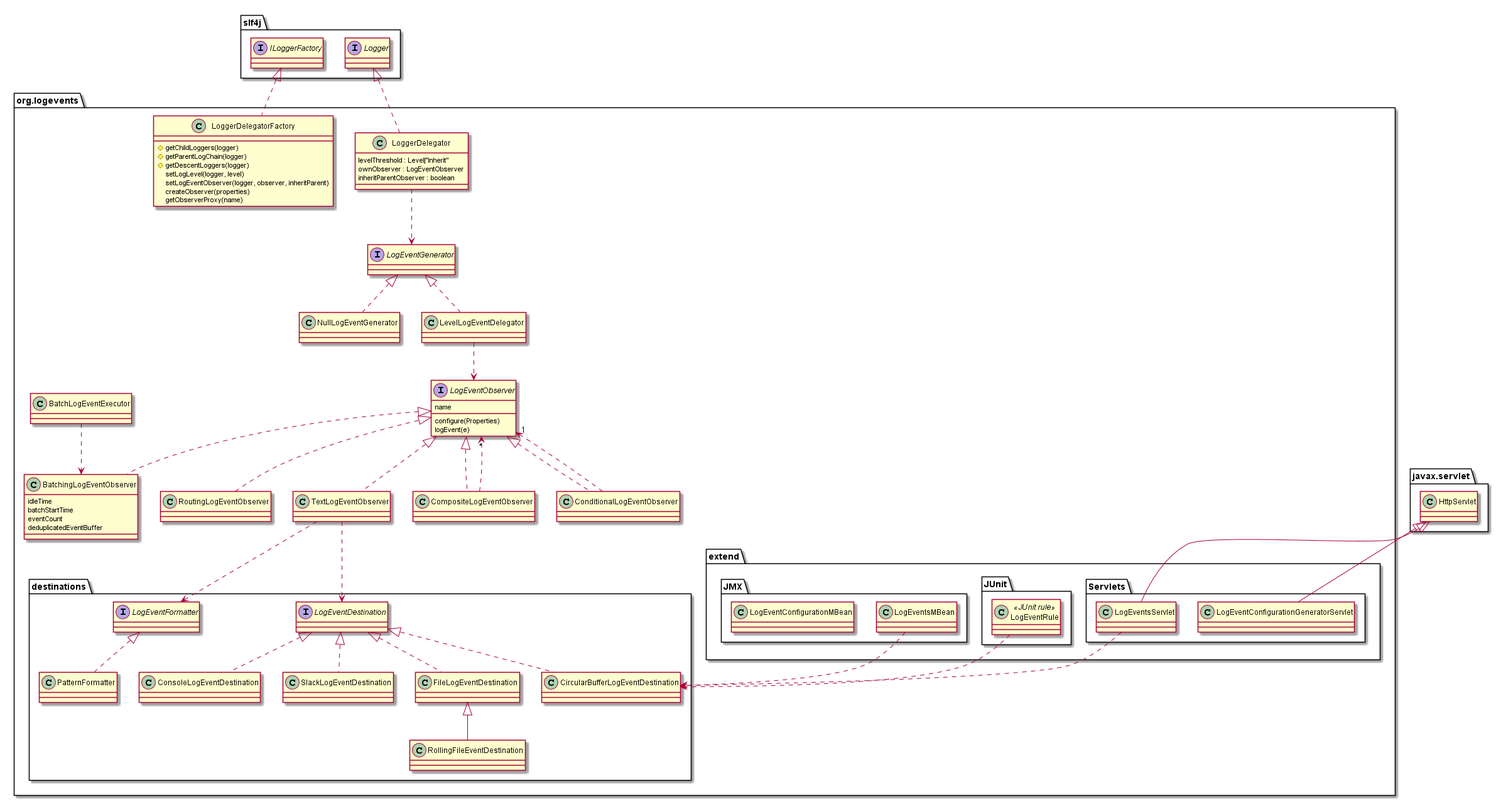
Earlier version of the PlantUML export doc/classes.png (jhannes/logevents). Its diagram source:
```plantuml
@startuml

package "slf4j" {
  interface Logger
  interface ILoggerFactory
}

package "javax.servlet" {
  class HttpServlet
}


package "org.logevents" {

	class LoggerDelegator implements Logger {
	  levelThreshold : Level|"Inherit"
	  ownObserver : LogEventObserver
	  inheritParentObserver : boolean
	}

	class LoggerDelegatorFactory implements ILoggerFactory {
	  #getChildLoggers(logger)
	  #getParentLogChain(logger)
	  #getDescentLoggers(logger)
	  setLogLevel(logger, level)
	  setLogEventObserver(logger, observer, inheritParent)
	  createObserver(properties)
	  getObserverProxy(name)
	}

	interface LogEventGenerator
	LoggerDelegator ..> LogEventGenerator

	class NullLogEventGenerator implements LogEventGenerator
	class LevelLogEventDelegator implements LogEventGenerator

	interface LogEventObserver {
	  name
	  configure(Properties)
	  logEvent(e)
	}
	LevelLogEventDelegator ..> LogEventObserver

	class CompositeLogEventObserver implements LogEventObserver
	class ConditionalLogEventObserver implements LogEventObserver
	class RoutingLogEventObserver implements LogEventObserver
	class BatchingLogEventObserver implements LogEventObserver {
	  idleTime
	  batchStartTime
	  eventCount
	  deduplicatedEventBuffer
	}
	class TextLogEventObserver implements LogEventObserver

	CompositeLogEventObserver ..> "*" LogEventObserver
	ConditionalLogEventObserver ..> "1" LogEventObserver


	package "destinations" {
		interface LogEventFormatter
		TextLogEventObserver ..> LogEventFormatter
		class PatternFormatter implements LogEventFormatter

		interface LogEventDestination
		TextLogEventObserver ..> LogEventDestination

		class ConsoleLogEventDestination implements LogEventDestination
		class FileLogEventDestination implements LogEventDestination
		class RollingFileEventDestination extends FileLogEventDestination
		class CircularBufferLogEventDestination implements LogEventDestination
		class SlackLogEventDestination implements LogEventDestination
	}

	class BatchLogEventExecutor
	BatchLogEventExecutor ..> BatchingLogEventObserver

	package "extend" {
		package "Servlets" {
			class LogEventsServlet extends HttpServlet
			LogEventsServlet ..> CircularBufferLogEventDestination
			class LogEventConfigurationGeneratorServlet extends HttpServlet
		}

		package "JUnit" {
			class LogEventRule <<JUnit rule>>
			LogEventRule ..> CircularBufferLogEventDestination
		}

		package "JMX" {
			class LogEventsMBean
			LogEventsMBean ..> CircularBufferLogEventDestination
			class LogEventConfigurationMBean
		}
	}
}

@enduml
```
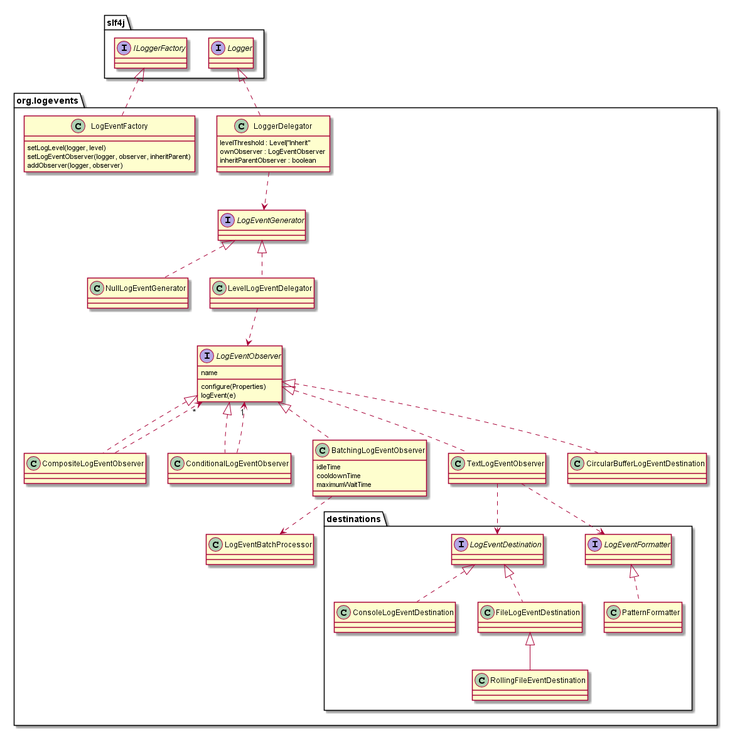
Later version of the same file.

The edit, as a diff of the source:
```diff
@@ -4,11 +4,6 @@
   interface Logger
   interface ILoggerFactory
 }
-
-package "javax.servlet" {
-  class HttpServlet
-}
-
 
 package "org.logevents" {
 
@@ -18,14 +13,10 @@
 	  inheritParentObserver : boolean
 	}
 
-	class LoggerDelegatorFactory implements ILoggerFactory {
-	  #getChildLoggers(logger)
-	  #getParentLogChain(logger)
-	  #getDescentLoggers(logger)
+	class LogEventFactory implements ILoggerFactory {
 	  setLogLevel(logger, level)
 	  setLogEventObserver(logger, observer, inheritParent)
-	  createObserver(properties)
-	  getObserverProxy(name)
+	  addObserver(logger, observer)
 	}
 
 	interface LogEventGenerator
@@ -43,15 +34,13 @@
 
 	class CompositeLogEventObserver implements LogEventObserver
 	class ConditionalLogEventObserver implements LogEventObserver
-	class RoutingLogEventObserver implements LogEventObserver
 	class BatchingLogEventObserver implements LogEventObserver {
 	  idleTime
-	  batchStartTime
-	  eventCount
-	  deduplicatedEventBuffer
+	  cooldownTime
+	  maximumWaitTime
 	}
 	class TextLogEventObserver implements LogEventObserver
-
+	class CircularBufferLogEventDestination implements LogEventObserver
 	CompositeLogEventObserver ..> "*" LogEventObserver
 	ConditionalLogEventObserver ..> "1" LogEventObserver
 
@@ -67,31 +56,11 @@
 		class ConsoleLogEventDestination implements LogEventDestination
 		class FileLogEventDestination implements LogEventDestination
 		class RollingFileEventDestination extends FileLogEventDestination
-		class CircularBufferLogEventDestination implements LogEventDestination
-		class SlackLogEventDestination implements LogEventDestination
 	}
 
-	class BatchLogEventExecutor
-	BatchLogEventExecutor ..> BatchingLogEventObserver
+	class LogEventBatchProcessor
+	BatchingLogEventObserver ..> LogEventBatchProcessor
 
-	package "extend" {
-		package "Servlets" {
-			class LogEventsServlet extends HttpServlet
-			LogEventsServlet ..> CircularBufferLogEventDestination
-			class LogEventConfigurationGeneratorServlet extends HttpServlet
-		}
-
-		package "JUnit" {
-			class LogEventRule <<JUnit rule>>
-			LogEventRule ..> CircularBufferLogEventDestination
-		}
-
-		package "JMX" {
-			class LogEventsMBean
-			LogEventsMBean ..> CircularBufferLogEventDestination
-			class LogEventConfigurationMBean
-		}
-	}
 }
 
 @enduml
```
